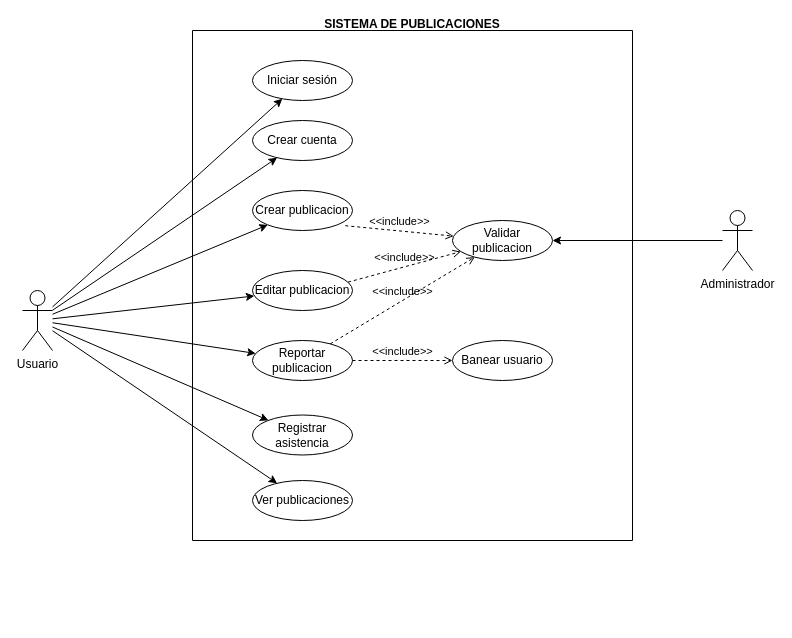
Earlier version of the draw.io diagram page "Casos de uso" (2 of 5) of Documentación/diagrama entidad relación.drawio (luisbaquiax/publicaciones). Source tidied: cells renumbered, new cells numbered last; positions are measured from the earlier drawing's top-left corner, leaving out a move shared by most shapes. Both pictures are drawn from the tidied source at 100%, with x=0, y=0 at pixel (22, 30).
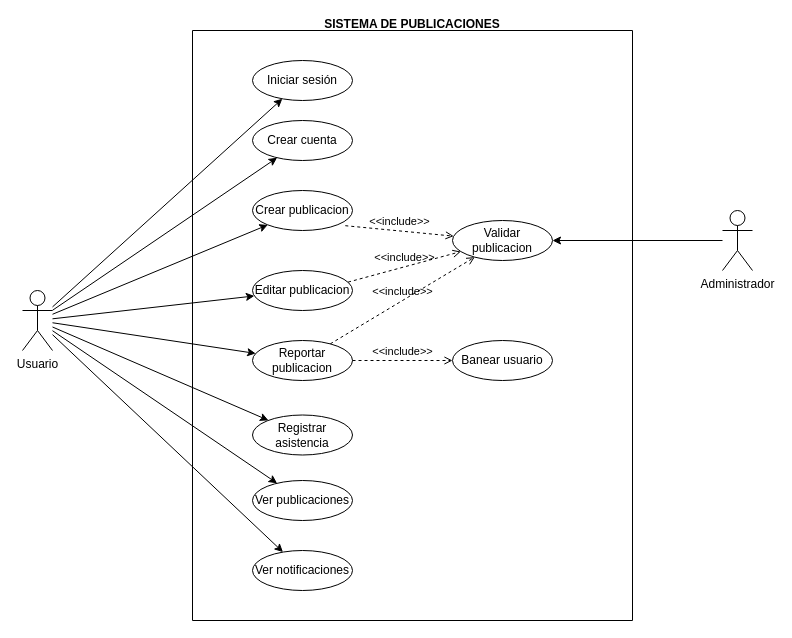
The same diagram, later.

The change refers to these unchanged cells:
```xml
<mxCell id="23" value="Usuario" style="shape=umlActor;verticalLabelPosition=bottom;verticalAlign=top;html=1;" parent="1" vertex="1">
  <mxGeometry y="260" width="30" height="60" as="geometry" />
</mxCell>
```

Diff of the diagram source:
```diff
@@
     <mxCell id="2" value="SISTEMA DE PUBLICACIONES&#10;" style="swimlane;startSize=0;" parent="1" vertex="1">
-      <mxGeometry x="170" width="440" height="510" as="geometry" />
+      <mxGeometry x="170" width="440" height="590" as="geometry" />
     </mxCell>
@@
+    <mxCell id="26" value="Ver notificaciones" style="ellipse;whiteSpace=wrap;html=1;" parent="2" vertex="1">
+      <mxGeometry x="60" y="520" width="100" height="40" as="geometry" />
+    </mxCell>
@@
+    <mxCell id="27" style="edgeStyle=none;rounded=0;jettySize=auto;html=1;" parent="1" edge="1" source="23" target="26">
+      <mxGeometry relative="1" as="geometry" />
+    </mxCell>
```
